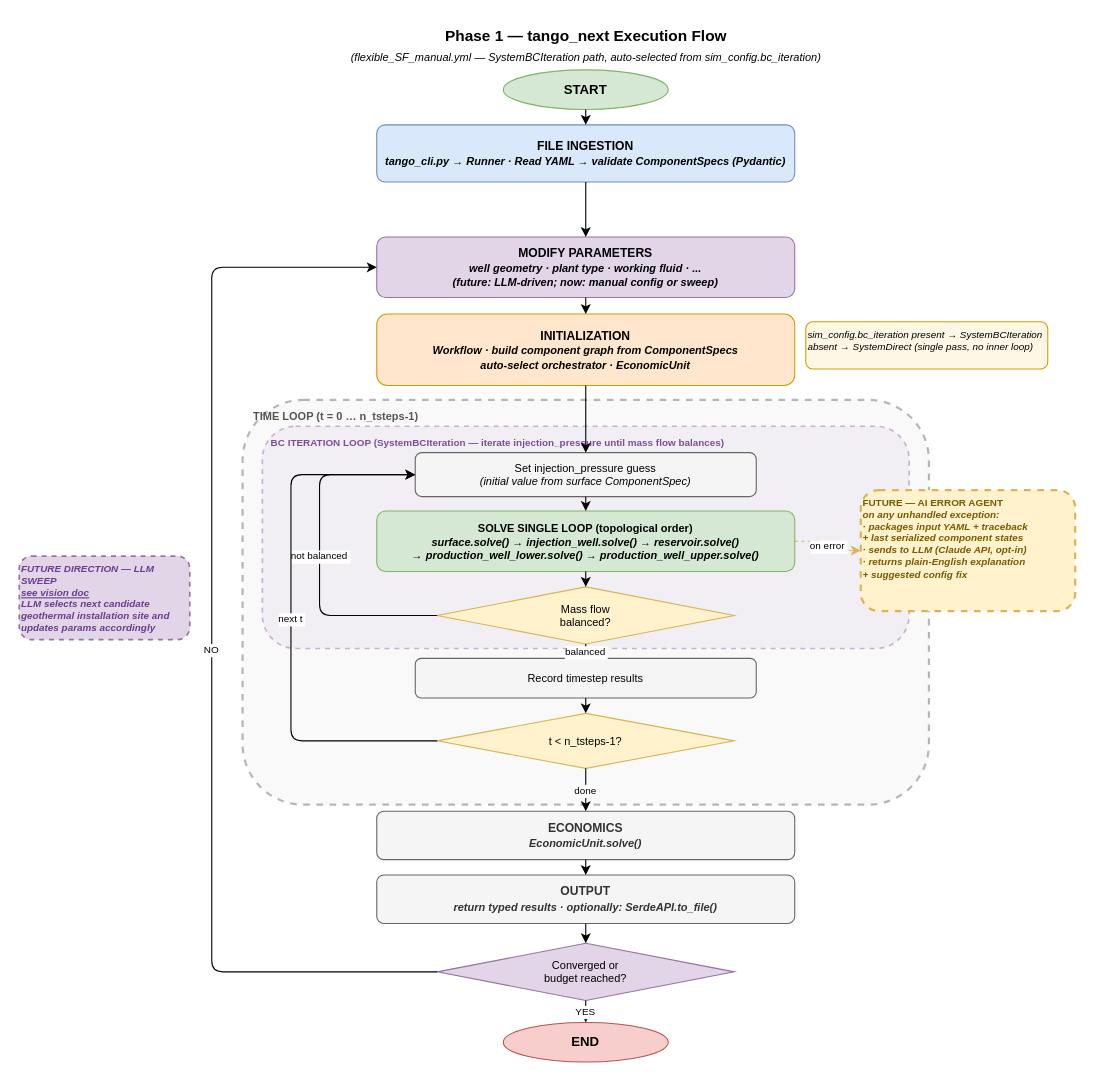
The draw.io diagram docs/diagrams/src/phase1_execution_flow.drawio in GEG-ETHZ/TANGO-core, before the edit. Source tidied: cells renumbered, new cells numbered last; positions are measured from the earlier drawing's top-left corner, leaving out a move shared by most shapes. Both pictures are drawn from the tidied source at 110%, with x=0, y=0 at pixel (19, 19).
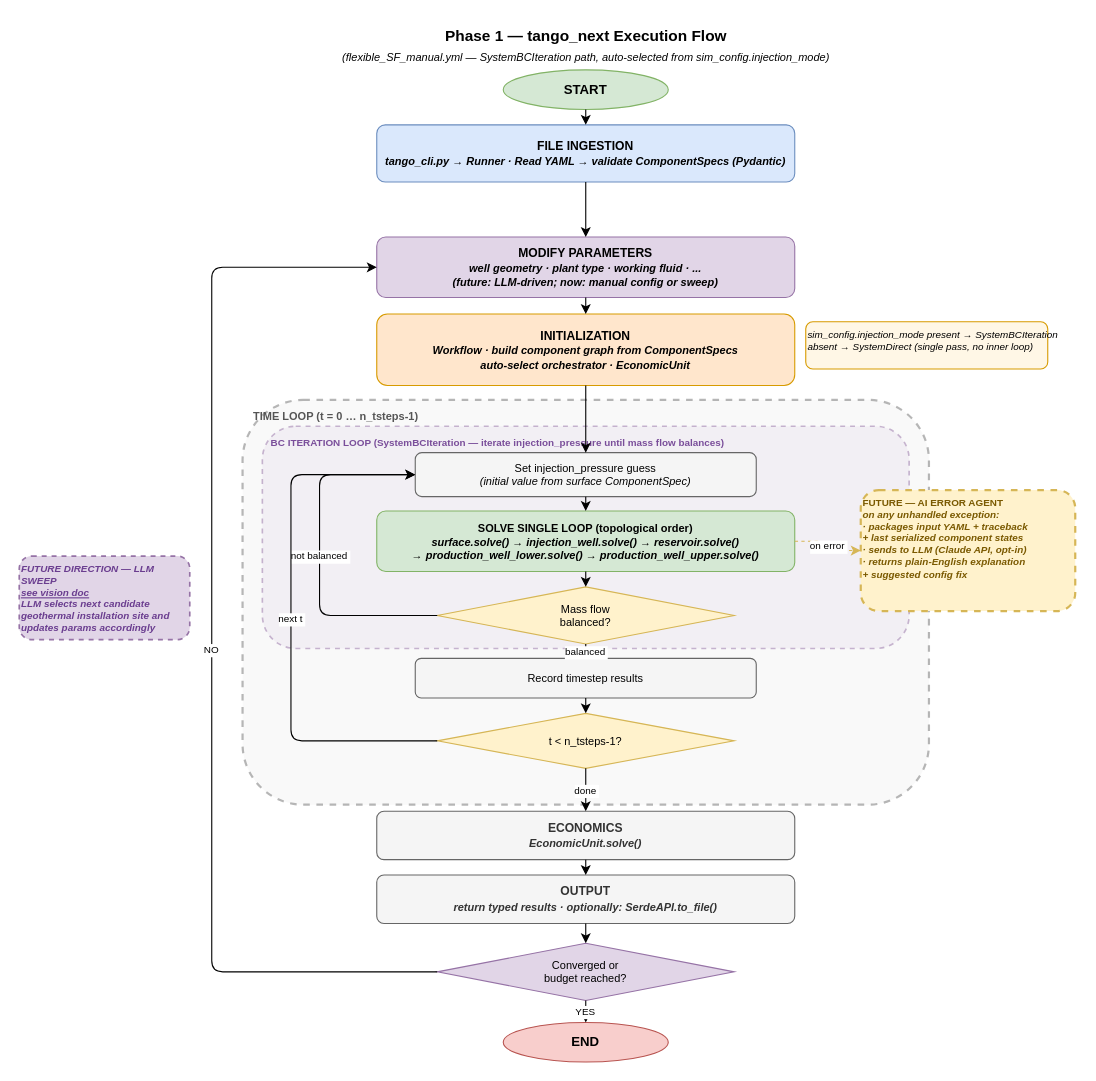
The same diagram, later.

Change to the diagram source:
```diff
@@
-    <mxCell id="3" value="(flexible_SF_manual.yml — SystemBCIteration path, auto-selected from sim_config.bc_iteration)" style="text;html=1;strokeColor=none;fillColor=none;align=center;fontSize=10;fontStyle=2;" parent="1" vertex="1">
+    <mxCell id="3" value="(flexible_SF_manual.yml — SystemBCIteration path, auto-selected from sim_config.injection_mode)" style="text;html=1;strokeColor=none;fillColor=none;align=center;fontSize=10;fontStyle=2;" parent="1" vertex="1">
       <mxGeometry x="195" y="22" width="640" height="16" as="geometry" />
     </mxCell>
@@
-    <mxCell id="12" value="sim_config.bc_iteration present → SystemBCIteration&lt;br&gt;absent → SystemDirect (single pass, no inner loop)" style="text;html=1;strokeColor=#d79b00;fillColor=#fff7e6;fontSize=9;fontStyle=2;align=left;rounded=1;" parent="1" vertex="1">
+    <mxCell id="12" value="sim_config.injection_mode present → SystemBCIteration&lt;br&gt;absent → SystemDirect (single pass, no inner loop)" style="text;html=1;strokeColor=#d79b00;fillColor=#fff7e6;fontSize=9;fontStyle=2;align=left;rounded=1;" parent="1" vertex="1">
       <mxGeometry x="715" y="275" width="220" height="43" as="geometry" />
     </mxCell>
```
